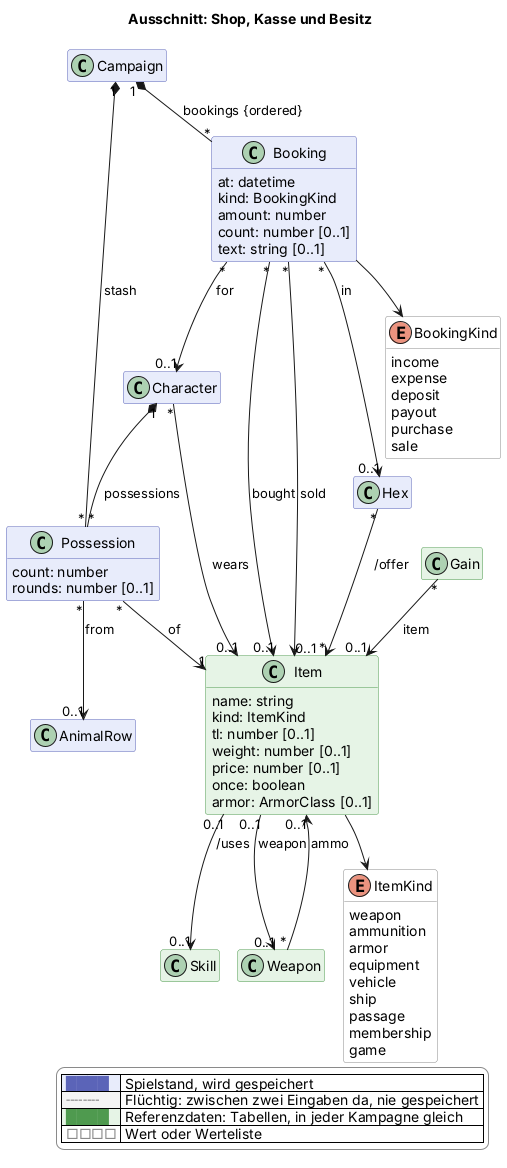
scuzzar/SRE keeps this PlantUML diagram as docs/views/shop.png. Above is the earlier version.
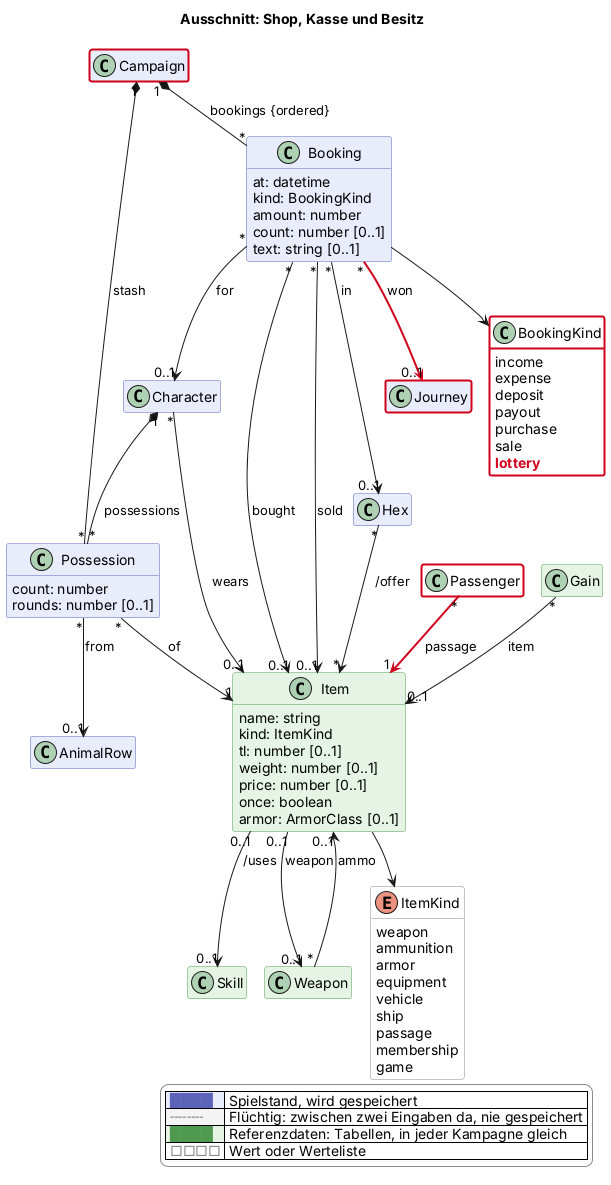
After the commit.

What changed in the source:
```diff
@@ -81,6 +81,7 @@
     payout
     purchase
     sale
+    $new("2026-11-13d", "lottery")
   }
   class Character $charakter
   class Possession $shop {
@@ -91,6 +92,9 @@
 
   class Hex $sektor
 
+
+  class Journey $reise $newClass("2026-11-13d")
+  class Passenger <<value>> $reise $newClass("2026-11-13d")
 
   class AnimalRow $begegnung
 
@@ -125,6 +129,9 @@
 Booking "*" --> "0..1" Hex : in
 Booking --> BookingKind
 
+Passenger "*" -$newArrow("2026-11-13d")-> "1" Item : passage
+Booking "*" -$newArrow("2026-11-13d")-> "0..1" Journey : won
+
 
 Gain "*" --> "0..1" Item : item
 
@@ -153,4 +160,6 @@
   |<#e6f4e6> <color:#4f9a4f>████</color> | Referenzdaten: Tabellen, in jeder Kampagne gleich |
   |<#ffffff> <color:#8a8a8a>□□□□</color> | Wert oder Werteliste |
 endlegend
+class Campaign #line:d0021b;line.bold
+class BookingKind #line:d0021b;line.bold
 @enduml
```
